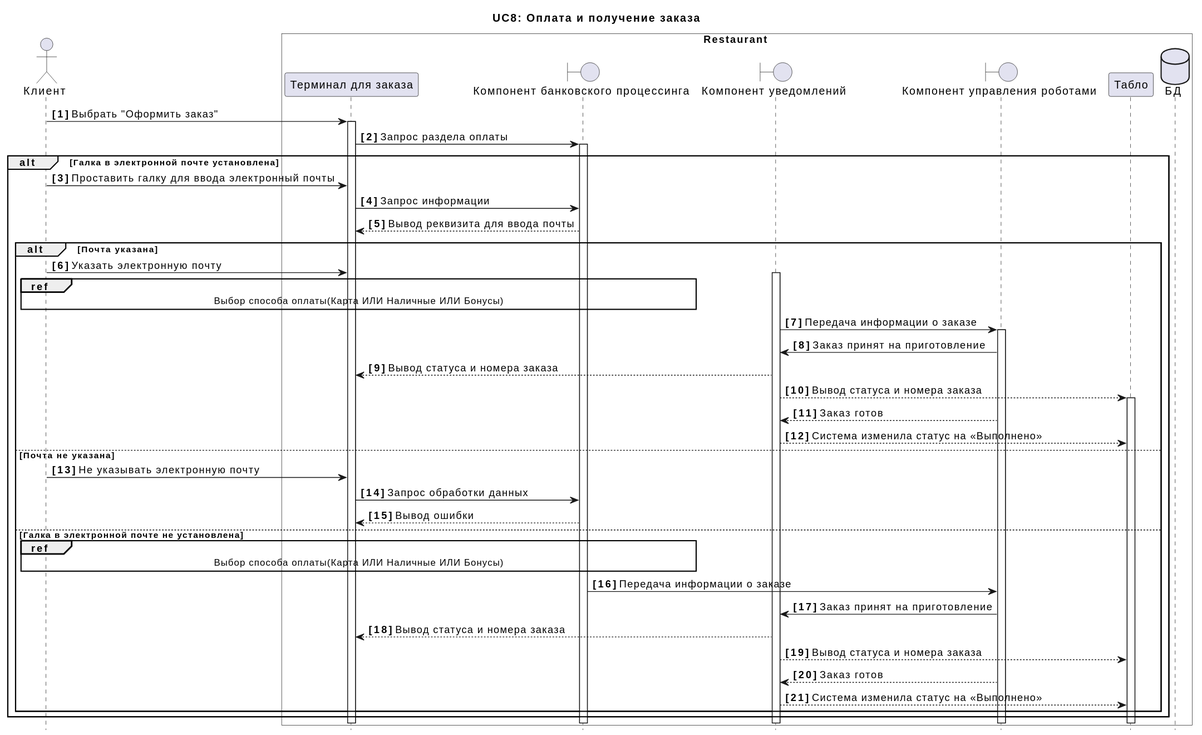
Above: docs/diagrams/include/UC8.svg in xxx996/OTUS_Restaraunt (PlantUML), before the change.
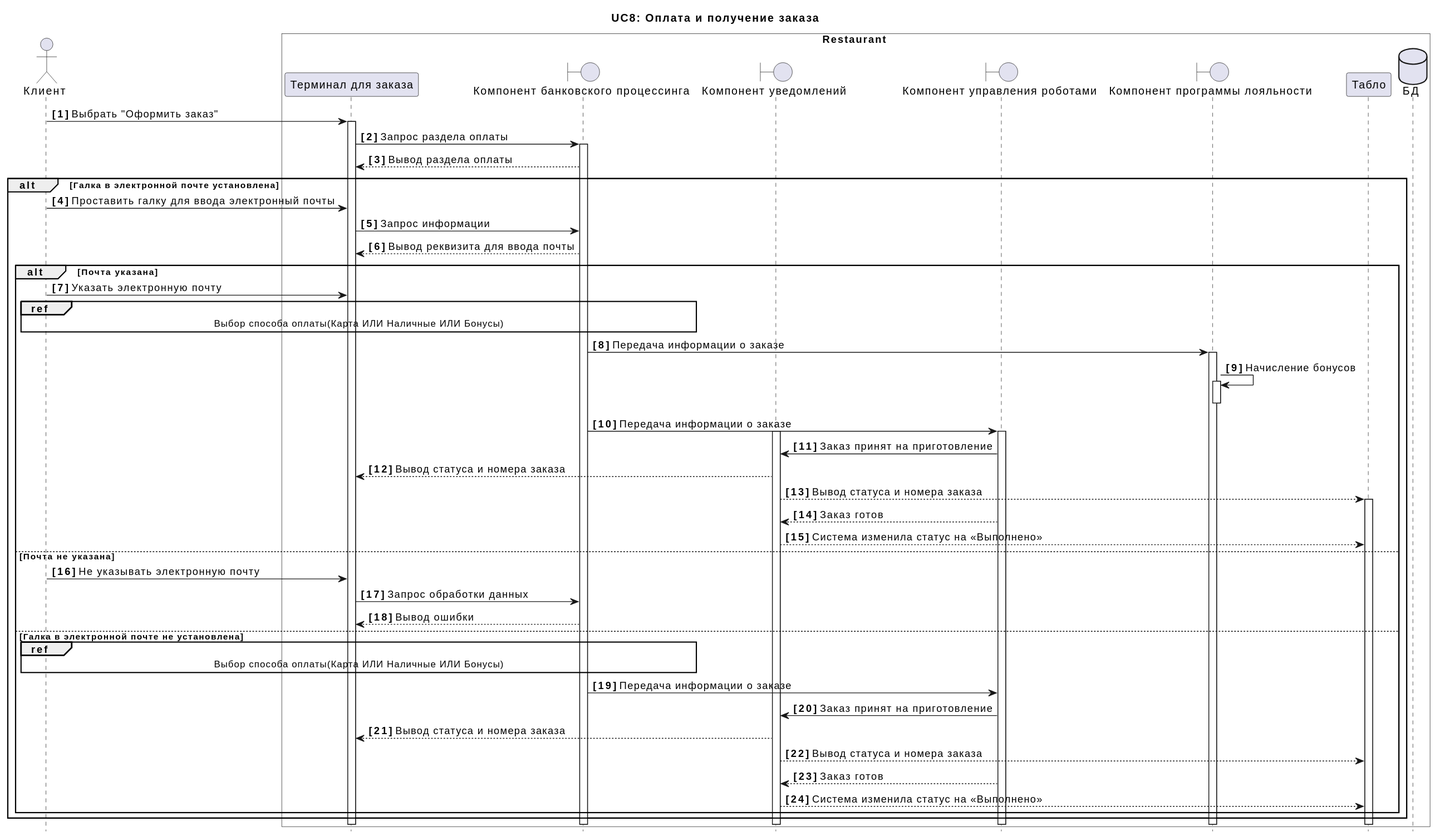
Later version of the same file.

The edit, as a diff of the source:
```diff
@@ -7,6 +7,7 @@
 boundary "Компонент банковского процессинга" as B
 boundary "Компонент уведомлений" as U
 boundary "Компонент управления роботами" as R
+boundary "Компонент программы лояльности" as L
 participant "Табло" as D
 dataBase "БД" as DB
 end box
@@ -15,6 +16,7 @@
 C -> A++:  Выбрать "Оформить заказ"
 
 A -> B++:  Запрос раздела оплаты
+A <-- B:  Вывод раздела оплаты
 
 alt Галка в электронной почте установлена
 
@@ -28,8 +30,11 @@
 C -> A:  Указать электронную почту
 
 ref over C, B:  Выбор способа оплаты(Карта ИЛИ Наличные ИЛИ Бонусы)
+B -> L++:  Передача информации о заказе
+L -> L++:  Начисление бонусов
+L--
+B -> R++:  Передача информации о заказе
 U++
-U -> R++:  Передача информации о заказе
 R -> U:  Заказ принят на приготовление
 U --> A:  Вывод статуса и номера заказа
 U --> D++:  Вывод статуса и номера заказа
```
